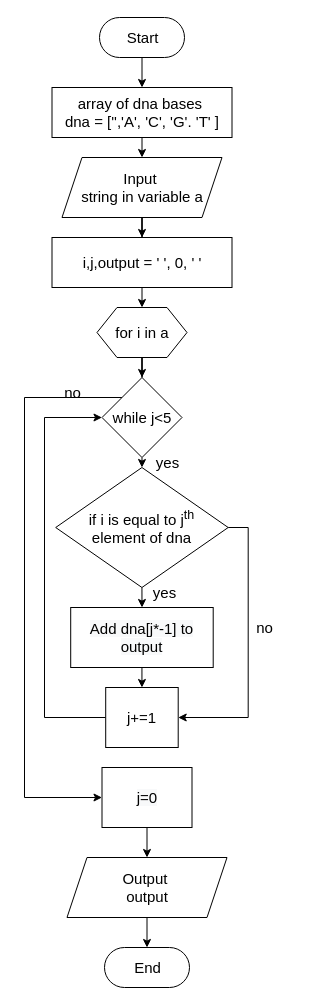
The draw.io diagram page "quiz3" (2 of 4) of Untitled Diagram.drawio in zelanISAK/unit-1, before the edit. Source tidied: cells renumbered, new cells numbered last; positions are measured from the earlier drawing's top-left corner, leaving out a move shared by most shapes. Both pictures are drawn from the tidied source at 100%, with x=0, y=0 at pixel (24, 17).
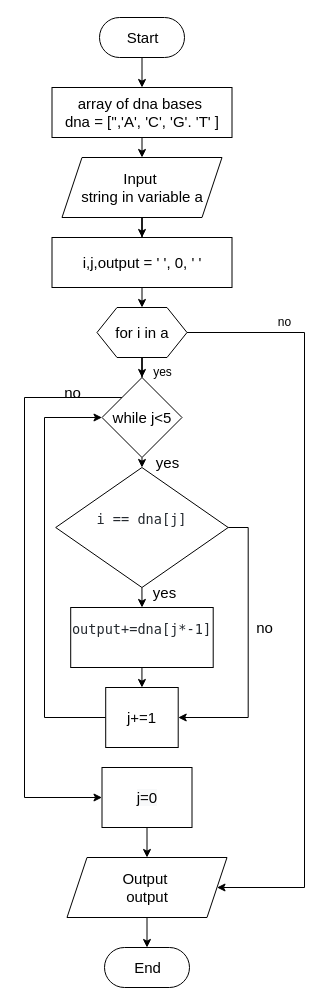
After the change.

The change refers to these unchanged cells:
```xml
<mxCell id="12" value="for i in a" style="shape=hexagon;perimeter=hexagonPerimeter2;whiteSpace=wrap;html=1;fixedSize=1;fontSize=15;" parent="1" vertex="1">
  <mxGeometry x="72.5" y="290" width="90" height="50" as="geometry" />
</mxCell>
<mxCell id="20" value="Output&amp;nbsp;&lt;br&gt;output" style="shape=parallelogram;perimeter=parallelogramPerimeter;whiteSpace=wrap;html=1;fixedSize=1;fontSize=15;" parent="1" vertex="1">
  <mxGeometry x="42.5" y="840" width="160" height="60" as="geometry" />
</mxCell>
```

Change to the diagram source:
```diff
@@
+    <mxCell id="32" style="edgeStyle=orthogonalEdgeStyle;rounded=0;jettySize=auto;html=1;exitX=1;exitY=0.5;exitDx=0;exitDy=0;entryX=1;entryY=0.5;entryDx=0;entryDy=0;" parent="1" edge="1" source="12" target="20">
+      <mxGeometry relative="1" as="geometry">
+        <Array as="points">
+          <mxPoint x="280" y="315" />
+          <mxPoint x="280" y="870" />
+        </Array>
+      </mxGeometry>
+    </mxCell>
@@
-    <mxCell id="18" value="if i is equal to j&lt;sup&gt;th&lt;/sup&gt; &lt;br&gt;element of dna" style="rhombus;whiteSpace=wrap;html=1;fontSize=15;" parent="1" vertex="1">
+    <mxCell id="18" value="&lt;pre style=&quot;box-sizing: border-box; font-family: ui-monospace, SFMono-Regular, &amp;quot;SF Mono&amp;quot;, Menlo, Consolas, &amp;quot;Liberation Mono&amp;quot;, monospace; font-size: 13.6px; margin-top: 0px; margin-bottom: 16px; overflow-wrap: normal; padding: 16px; overflow: auto; line-height: 1.45; background-color: var(--color-canvas-subtle); border-radius: 6px; color: rgb(36, 41, 47); text-align: start;&quot; class=&quot;notranslate&quot;&gt;&lt;code style=&quot;box-sizing: border-box; font-family: ui-monospace, SFMono-Regular, &amp;quot;SF Mono&amp;quot;, Menlo, Consolas, &amp;quot;Liberation Mono&amp;quot;, monospace; padding: 0px; margin: 0px; background: transparent; border-radius: 6px; word-break: normal; border: 0px; display: inline; overflow: visible; line-height: inherit; overflow-wrap: normal;&quot;&gt;i == dna[j]&lt;/code&gt;&lt;/pre&gt;" style="rhombus;whiteSpace=wrap;html=1;fontSize=15;" parent="1" vertex="1">
       <mxGeometry x="31.2" y="450" width="172.5" height="120" as="geometry" />
     </mxCell>
@@
-    <mxCell id="23" value="&lt;span style=&quot;color: rgb(0, 0, 0); font-family: Helvetica; font-size: 15px; font-style: normal; font-variant-ligatures: normal; font-variant-caps: normal; font-weight: 400; letter-spacing: normal; orphans: 2; text-align: center; text-indent: 0px; text-transform: none; widows: 2; word-spacing: 0px; -webkit-text-stroke-width: 0px; background-color: rgb(248, 249, 250); text-decoration-thickness: initial; text-decoration-style: initial; text-decoration-color: initial; float: none; display: inline !important;&quot;&gt;Add dna[j*-1] to output&lt;/span&gt;" style="rounded=0;whiteSpace=wrap;html=1;fontSize=15;" parent="1" vertex="1">
+    <mxCell id="23" value="&lt;pre style=&quot;box-sizing: border-box; font-family: ui-monospace, SFMono-Regular, &amp;quot;SF Mono&amp;quot;, Menlo, Consolas, &amp;quot;Liberation Mono&amp;quot;, monospace; font-size: 13.6px; margin-top: 0px; margin-bottom: 16px; overflow-wrap: normal; padding: 16px; overflow: auto; line-height: 1.45; background-color: var(--color-canvas-subtle); border-radius: 6px; color: rgb(36, 41, 47); text-align: start;&quot; class=&quot;notranslate&quot;&gt;output+=dna[j*-1]&lt;/pre&gt;" style="rounded=0;whiteSpace=wrap;html=1;fontSize=15;" parent="1" vertex="1">
       <mxGeometry x="46.2" y="590" width="142.5" height="60" as="geometry" />
     </mxCell>
@@
+    <mxCell id="33" value="yes" style="text;html=1;align=center;verticalAlign=middle;strokeColor=none;fillColor=none;" parent="1" vertex="1">
+      <mxGeometry x="117.5" y="340" width="40" height="30" as="geometry" />
+    </mxCell>
+    <mxCell id="34" value="no" style="text;html=1;align=center;verticalAlign=middle;strokeColor=none;fillColor=none;" parent="1" vertex="1">
+      <mxGeometry x="240" y="290" width="40" height="30" as="geometry" />
+    </mxCell>
```
